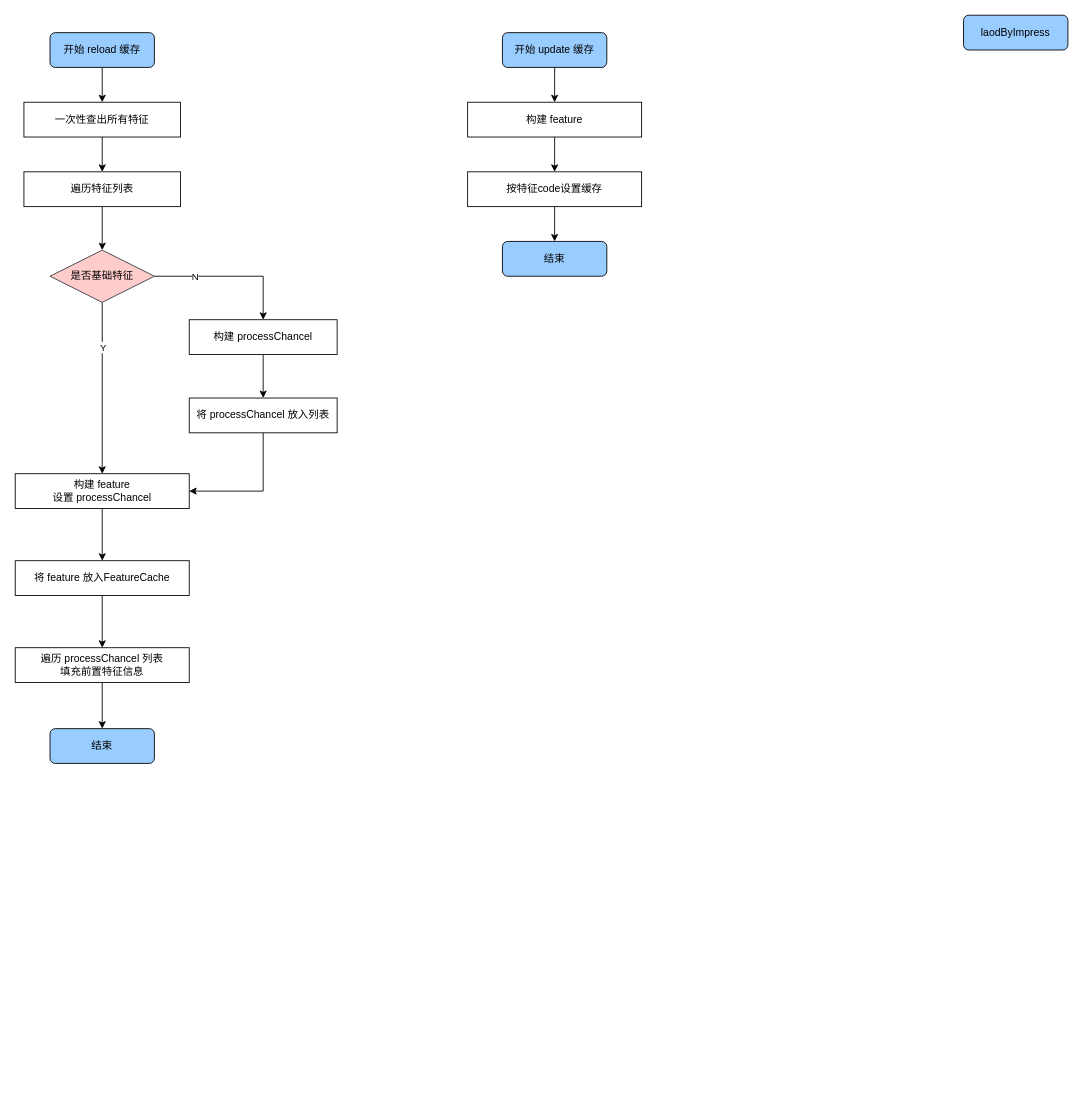
999V/draw keeps this draw.io diagram as feature加载&计算.drawio. Above is the earlier version. Source tidied: cells renumbered, new cells numbered last; positions are measured from the earlier drawing's top-left corner, leaving out a move shared by most shapes. Both pictures are drawn from the tidied source at 87%, with x=0, y=0 at pixel (15, 15).
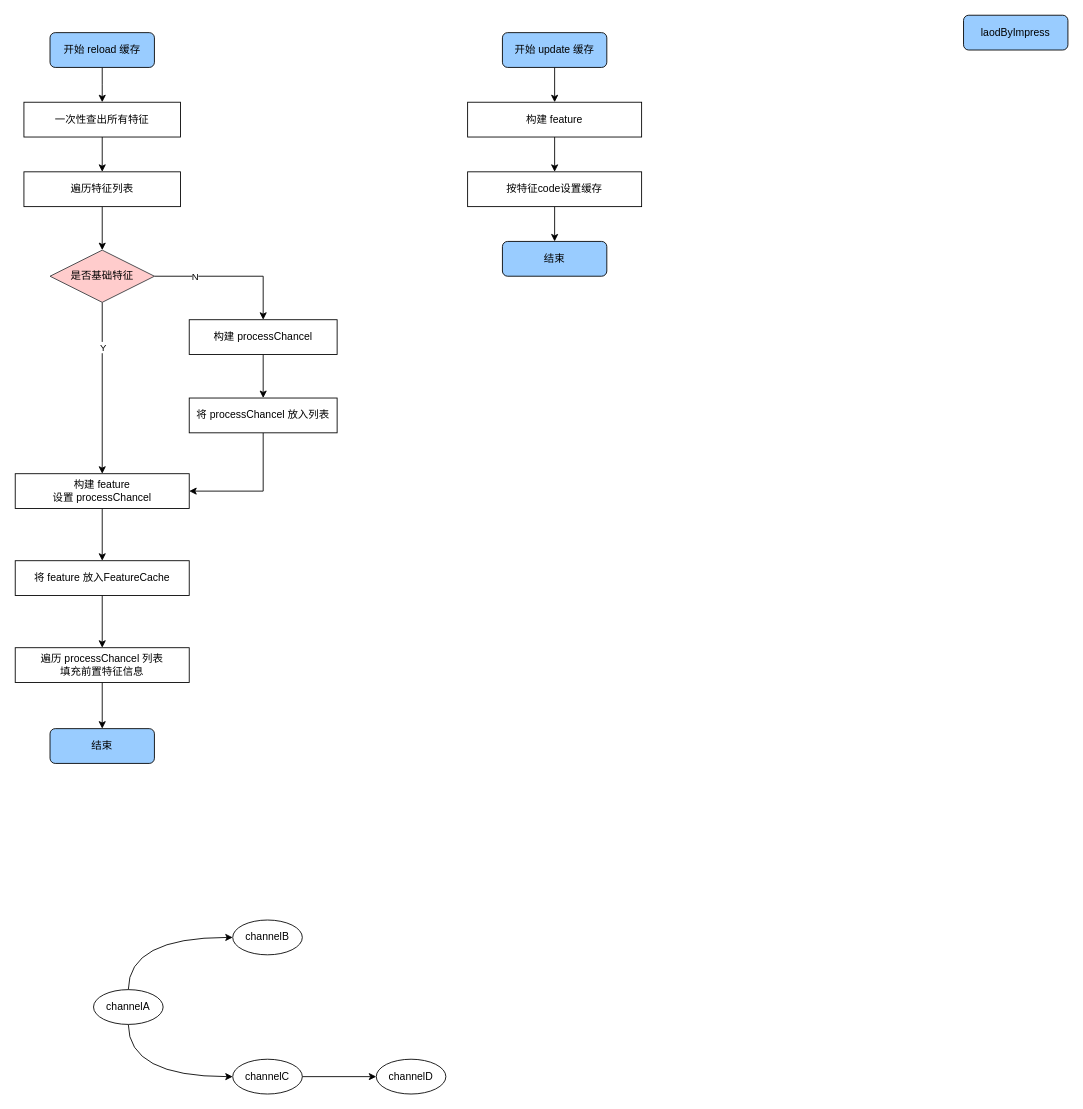
The same diagram, later.

Commit message (it also covers changes not shown here):
更新feature加载&计算.drawio

Diff of the diagram source:
```diff
@@
+    <mxCell id="32" style="edgeStyle=orthogonalEdgeStyle;rounded=0;jettySize=auto;html=1;exitX=0.5;exitY=0;exitDx=0;exitDy=0;entryX=0;entryY=0.5;entryDx=0;entryDy=0;curved=1;" parent="1" edge="1" source="34" target="35">
+      <mxGeometry relative="1" as="geometry" />
+    </mxCell>
+    <mxCell id="33" style="edgeStyle=orthogonalEdgeStyle;rounded=0;jettySize=auto;html=1;exitX=0.5;exitY=1;exitDx=0;exitDy=0;entryX=0;entryY=0.5;entryDx=0;entryDy=0;curved=1;" parent="1" edge="1" source="34" target="37">
+      <mxGeometry relative="1" as="geometry" />
+    </mxCell>
+    <mxCell id="34" value="channelA" style="ellipse;whiteSpace=wrap;html=1;" parent="1" vertex="1">
+      <mxGeometry x="90" y="1120" width="80" height="40" as="geometry" />
+    </mxCell>
+    <mxCell id="35" value="channelB" style="ellipse;whiteSpace=wrap;html=1;" parent="1" vertex="1">
+      <mxGeometry x="250" y="1040" width="80" height="40" as="geometry" />
+    </mxCell>
+    <mxCell id="36" style="edgeStyle=orthogonalEdgeStyle;rounded=0;jettySize=auto;html=1;exitX=1;exitY=0.5;exitDx=0;exitDy=0;entryX=0;entryY=0.5;entryDx=0;entryDy=0;" parent="1" edge="1" source="37" target="38">
+      <mxGeometry relative="1" as="geometry" />
+    </mxCell>
+    <mxCell id="37" value="channelC" style="ellipse;whiteSpace=wrap;html=1;" parent="1" vertex="1">
+      <mxGeometry x="250" y="1200" width="80" height="40" as="geometry" />
+    </mxCell>
+    <mxCell id="38" value="channelD" style="ellipse;whiteSpace=wrap;html=1;" parent="1" vertex="1">
+      <mxGeometry x="415" y="1200" width="80" height="40" as="geometry" />
+    </mxCell>
```
